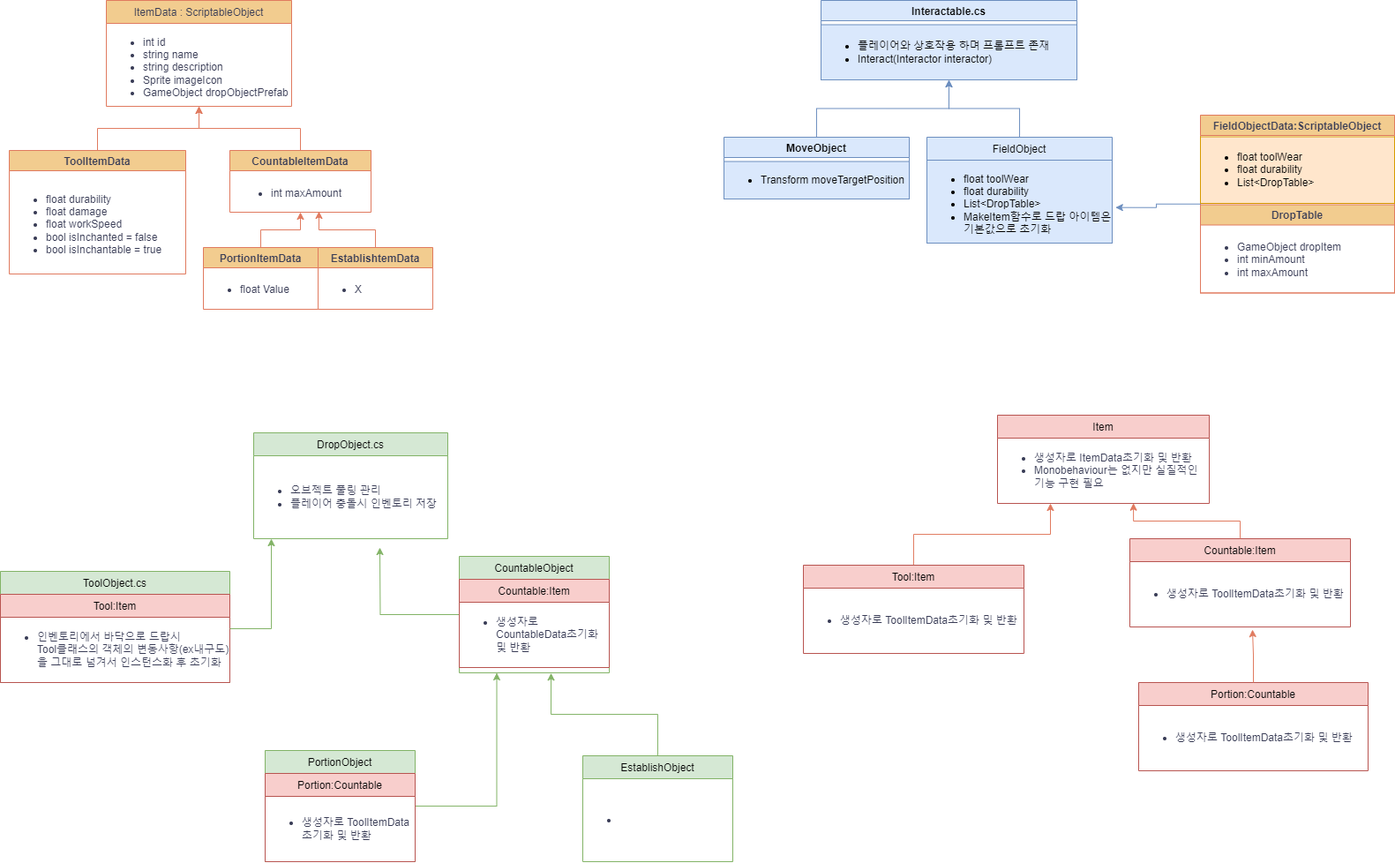
The draw.io diagram 제목 없는 다이어그램.drawio.png in hae-seung/ddolking, before a commit. Source tidied: cells renumbered, new cells last; positions are measured from the earlier drawing's top-left corner, leaving out a move shared by most shapes.
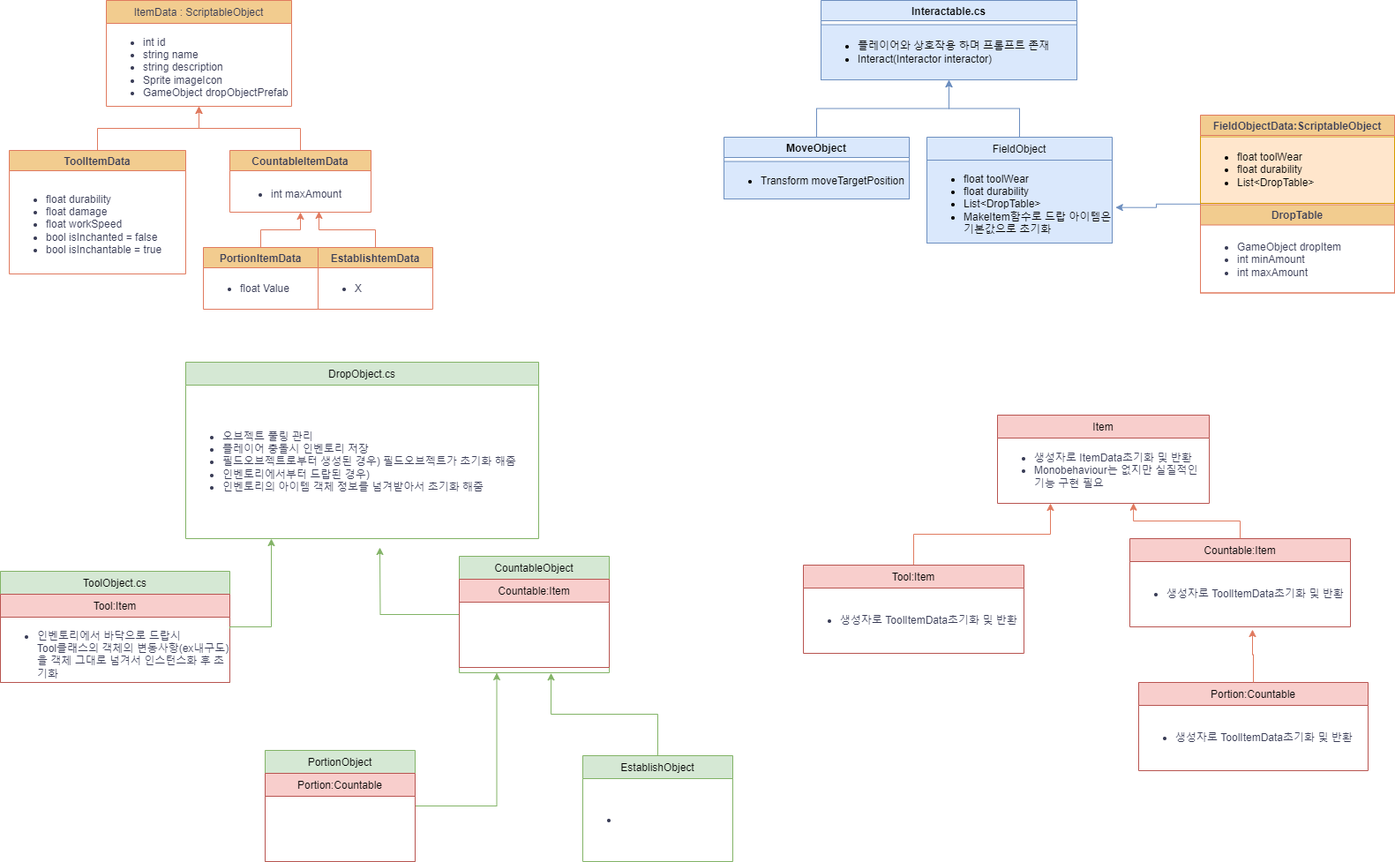
After the change.

Commit message:
제목 없는 다이어그램.drawio.png 업데이트

What changed in the source:
```diff
@@ -78,10 +78,10 @@
       <mxGeometry y="27.5" width="290" height="62.5" as="geometry" />
     </mxCell>
     <mxCell id="27" value="DropObject.cs" style="swimlane;fontStyle=0;align=center;verticalAlign=top;horizontal=1;startSize=26;rounded=0;shadow=0;strokeWidth=1;labelBackgroundColor=none;fillColor=#d5e8d4;strokeColor=#82b366;" parent="1" vertex="1">
-      <mxGeometry x="287" y="490" width="220" height="120" as="geometry" />
+      <mxGeometry x="210" y="410" width="400" height="200" as="geometry" />
     </mxCell>
-    <mxCell id="28" value="&lt;ul&gt;&lt;li&gt;오브젝트 풀링 관리&lt;/li&gt;&lt;li&gt;플레이어 충돌시 인벤토리 저장&lt;/li&gt;&lt;/ul&gt;" style="text;strokeColor=none;fillColor=none;html=1;whiteSpace=wrap;verticalAlign=middle;overflow=hidden;fontColor=#393C56;" parent="27" vertex="1">
-      <mxGeometry y="26" width="220" height="94" as="geometry" />
+    <mxCell id="28" value="&lt;ul&gt;&lt;li&gt;오브젝트 풀링 관리&lt;/li&gt;&lt;li&gt;플레이어 충돌시 인벤토리 저장&lt;/li&gt;&lt;li&gt;필드오브젝트로부터 생성된 경우) 필드오브젝트가 초기화 해줌&lt;/li&gt;&lt;li&gt;인벤토리에서부터 드랍된 경우)&lt;/li&gt;&lt;li&gt;인벤토리의 아이템 객체 정보를 넘겨받아서 초기화 해줌&lt;/li&gt;&lt;/ul&gt;" style="text;strokeColor=none;fillColor=none;html=1;whiteSpace=wrap;verticalAlign=middle;overflow=hidden;fontColor=#393C56;" parent="27" vertex="1">
+      <mxGeometry y="26" width="400" height="174" as="geometry" />
     </mxCell>
     <mxCell id="29" value="ToolObject.cs" style="swimlane;fontStyle=0;align=center;verticalAlign=top;horizontal=1;startSize=26;rounded=0;shadow=0;strokeWidth=1;labelBackgroundColor=none;fillColor=#d5e8d4;strokeColor=#82b366;" parent="1" vertex="1">
       <mxGeometry y="647" width="260" height="126" as="geometry" />
@@ -89,7 +89,7 @@
     <mxCell id="30" value="Tool:Item" style="swimlane;fontStyle=0;align=center;verticalAlign=top;horizontal=1;startSize=26;rounded=0;shadow=0;strokeWidth=1;labelBackgroundColor=none;fillColor=#f8cecc;strokeColor=#b85450;" parent="29" vertex="1">
       <mxGeometry y="26" width="260" height="100" as="geometry" />
     </mxCell>
-    <mxCell id="31" value="&lt;ul&gt;&lt;li&gt;인벤토리에서 바닥으로 드랍시&lt;br&gt;Tool클래스의 객체의 변동사항(ex내구도)을 그대로 넘겨서 인스턴스화 후 초기화&lt;/li&gt;&lt;/ul&gt;" style="text;strokeColor=none;fillColor=none;html=1;whiteSpace=wrap;verticalAlign=middle;overflow=hidden;fontColor=#393C56;" parent="30" vertex="1">
+    <mxCell id="31" value="&lt;ul&gt;&lt;li&gt;인벤토리에서 바닥으로 드랍시&lt;br&gt;Tool클래스의 객체의 변동사항(ex내구도)을 객체 그대로 넘겨서 인스턴스화 후 초기화&lt;/li&gt;&lt;/ul&gt;" style="text;strokeColor=none;fillColor=none;html=1;whiteSpace=wrap;verticalAlign=middle;overflow=hidden;fontColor=#393C56;" parent="30" vertex="1">
       <mxGeometry y="26" width="260" height="74" as="geometry" />
     </mxCell>
     <mxCell id="32" value="EstablishtemData" style="swimlane;strokeColor=#E07A5F;fontColor=#393C56;fillColor=#F2CC8F;startSize=23;" parent="1" vertex="1">
@@ -110,9 +110,6 @@
     <mxCell id="37" value="Portion:Countable" style="swimlane;fontStyle=0;align=center;verticalAlign=top;horizontal=1;startSize=26;rounded=0;shadow=0;strokeWidth=1;labelBackgroundColor=none;fillColor=#f8cecc;strokeColor=#b85450;" parent="36" vertex="1">
       <mxGeometry y="26" width="170" height="100" as="geometry" />
     </mxCell>
-    <mxCell id="38" value="&lt;ul&gt;&lt;li&gt;생성자로 ToolItemData초기화 및 반환&lt;/li&gt;&lt;/ul&gt;" style="text;strokeColor=none;fillColor=none;html=1;whiteSpace=wrap;verticalAlign=middle;overflow=hidden;fontColor=#393C56;" parent="37" vertex="1">
-      <mxGeometry y="26" width="170" height="74" as="geometry" />
-    </mxCell>
     <mxCell id="39" value="EstablishObject" style="swimlane;fontStyle=0;align=center;verticalAlign=top;horizontal=1;startSize=26;rounded=0;shadow=0;strokeWidth=1;labelBackgroundColor=none;fillColor=#d5e8d4;strokeColor=#82b366;" parent="1" vertex="1">
       <mxGeometry x="660" y="856" width="170" height="120" as="geometry" />
     </mxCell>
@@ -124,7 +121,8 @@
         <mxPoint x="260" y="712" as="sourcePoint" />
         <mxPoint x="307" y="610" as="targetPoint" />
         <Array as="points">
-          <mxPoint x="307" y="712" />
+          <mxPoint x="260" y="710" />
+          <mxPoint x="307" y="710" />
         </Array>
       </mxGeometry>
     </mxCell>
@@ -172,9 +170,6 @@
     <mxCell id="55" value="Countable:Item" style="swimlane;fontStyle=0;align=center;verticalAlign=top;horizontal=1;startSize=26;rounded=0;shadow=0;strokeWidth=1;labelBackgroundColor=none;fillColor=#f8cecc;strokeColor=#b85450;" parent="54" vertex="1">
       <mxGeometry y="26" width="170" height="100" as="geometry" />
     </mxCell>
-    <mxCell id="56" value="&lt;ul&gt;&lt;li&gt;생성자로 CountableData초기화 및 반환&lt;/li&gt;&lt;/ul&gt;" style="text;strokeColor=none;fillColor=none;html=1;whiteSpace=wrap;verticalAlign=middle;overflow=hidden;fontColor=#393C56;" parent="55" vertex="1">
-      <mxGeometry y="26" width="170" height="74" as="geometry" />
-    </mxCell>
     <mxCell id="57" value="&lt;ul&gt;&lt;li&gt;&lt;br&gt;&lt;/li&gt;&lt;/ul&gt;" style="text;strokeColor=none;fillColor=none;html=1;whiteSpace=wrap;verticalAlign=middle;overflow=hidden;fontColor=#393C56;" parent="54" vertex="1">
       <mxGeometry y="126" width="170" height="6" as="geometry" />
     </mxCell>
```
